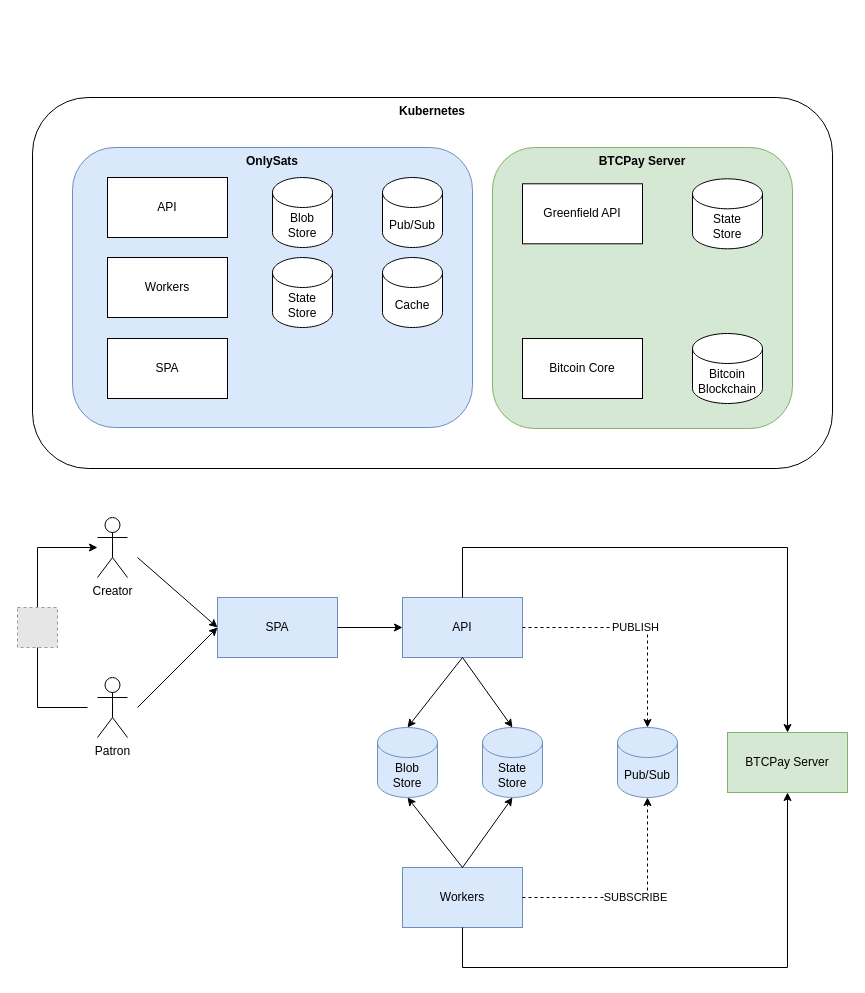
The draw.io diagram page "High Level Architecture" (1 of 4) of Documentation/High-Level Architecture.drawio in conradcreel/onlysats, before the edit. Source tidied: cells renumbered, new cells numbered last; positions are measured from the earlier drawing's top-left corner, leaving out a move shared by most shapes. Both pictures are drawn from the tidied source at 100%, with x=0, y=0 at pixel (17, 97). Pictures stored in the file or linked from it are replaced by grey dashed boxes.
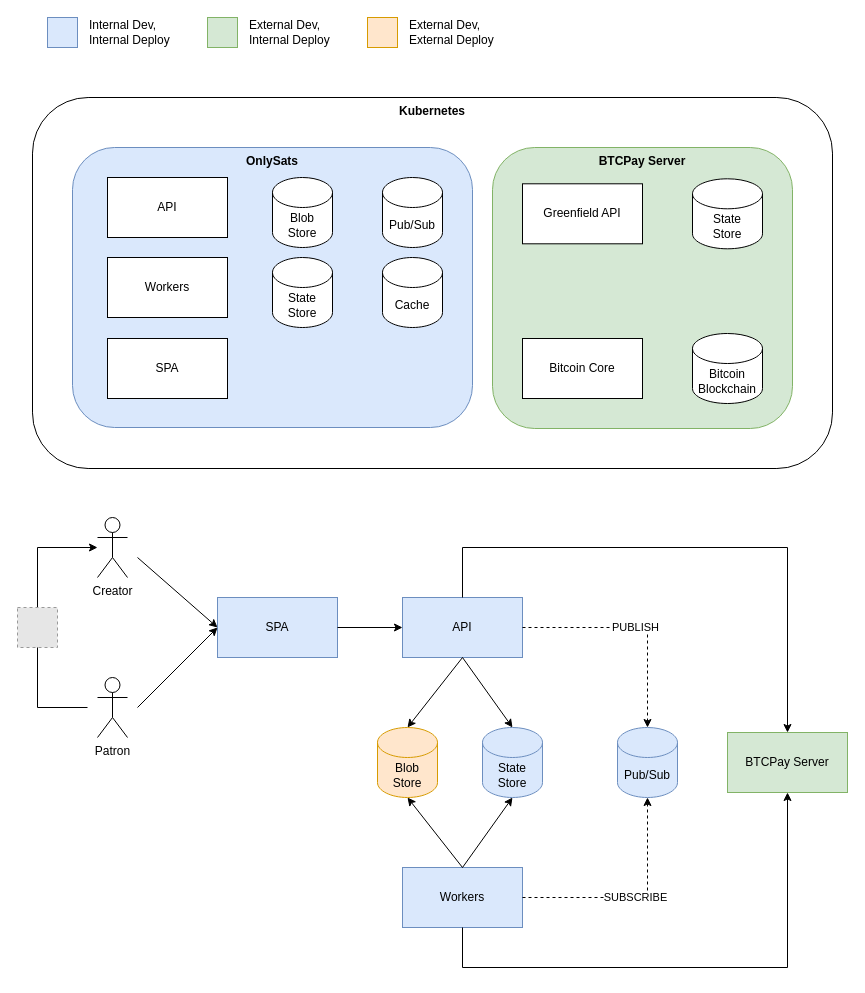
After the change.

The edit, as a diff of the source:
```diff
@@
-    <mxCell id="24" value="Blob&lt;br&gt;Store" style="shape=cylinder3;whiteSpace=wrap;html=1;boundedLbl=1;backgroundOutline=1;size=15;fillColor=#dae8fc;strokeColor=#6c8ebf;" parent="1" vertex="1">
+    <mxCell id="24" value="Blob&lt;br&gt;Store" style="shape=cylinder3;whiteSpace=wrap;html=1;boundedLbl=1;backgroundOutline=1;size=15;fillColor=#ffe6cc;strokeColor=#d79b00;" parent="1" vertex="1">
       <mxGeometry x="360" y="630" width="60" height="70" as="geometry" />
     </mxCell>
@@
+    <mxCell id="39" style="rounded=0;whiteSpace=wrap;html=1;fillColor=#dae8fc;strokeColor=#6c8ebf;" parent="1" vertex="1">
+      <mxGeometry x="30" y="-80" width="30" height="30" as="geometry" />
+    </mxCell>
+    <mxCell id="40" style="rounded=0;whiteSpace=wrap;html=1;fillColor=#d5e8d4;strokeColor=#82b366;" parent="1" vertex="1">
+      <mxGeometry x="190" y="-80" width="30" height="30" as="geometry" />
+    </mxCell>
+    <mxCell id="41" style="rounded=0;whiteSpace=wrap;html=1;fillColor=#ffe6cc;strokeColor=#d79b00;" parent="1" vertex="1">
+      <mxGeometry x="350" y="-80" width="30" height="30" as="geometry" />
+    </mxCell>
+    <mxCell id="42" value="Internal Dev,&lt;br&gt;Internal Deploy" style="text;html=1;strokeColor=none;fillColor=none;align=left;verticalAlign=middle;whiteSpace=wrap;rounded=0;" parent="1" vertex="1">
+      <mxGeometry x="70" y="-80" width="100" height="30" as="geometry" />
+    </mxCell>
+    <mxCell id="43" value="External Dev,&lt;br&gt;Internal Deploy" style="text;html=1;strokeColor=none;fillColor=none;align=left;verticalAlign=middle;whiteSpace=wrap;rounded=0;" parent="1" vertex="1">
+      <mxGeometry x="230" y="-80" width="100" height="30" as="geometry" />
+    </mxCell>
+    <mxCell id="44" value="External Dev,&lt;br&gt;External Deploy" style="text;html=1;strokeColor=none;fillColor=none;align=left;verticalAlign=middle;whiteSpace=wrap;rounded=0;" parent="1" vertex="1">
+      <mxGeometry x="390" y="-80" width="100" height="30" as="geometry" />
+    </mxCell>
```
